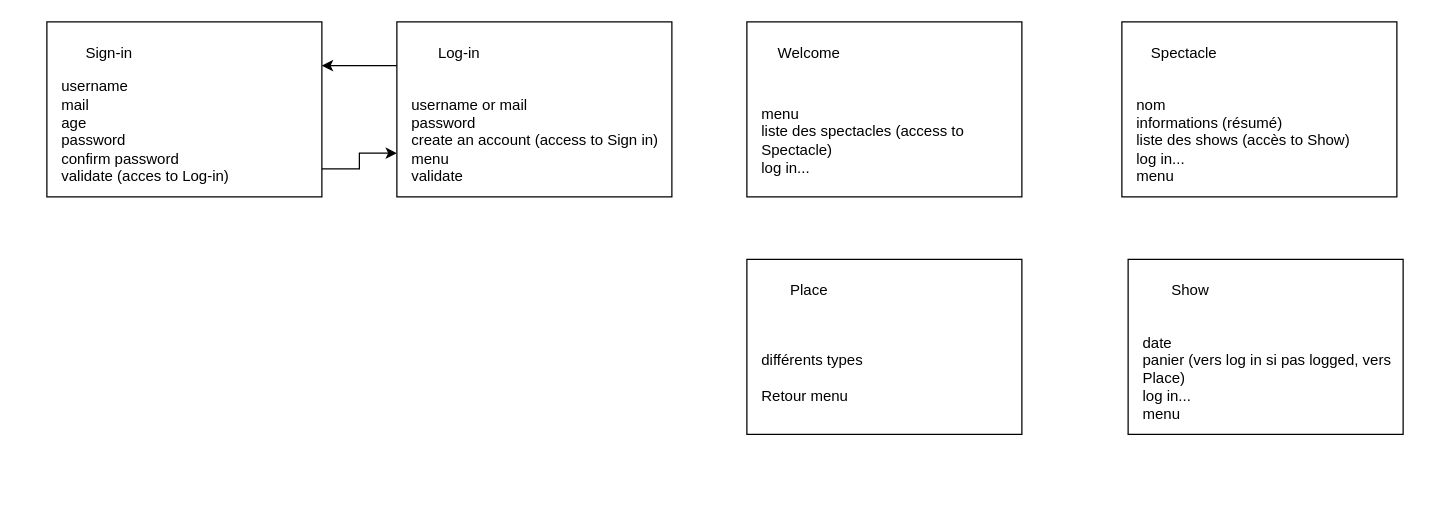
Above: page "pages web" (6 of 6) of analyse/Diagramme sans nom.drawio in baptisteRiviere/SpectacleHallManagement (draw.io), before the change. Source tidied: cells renumbered, new cells numbered last; positions are measured from the earlier drawing's top-left corner, leaving out a move shared by most shapes. Both pictures are drawn from the tidied source at 125%, with x=0, y=0 at pixel (46, 21).
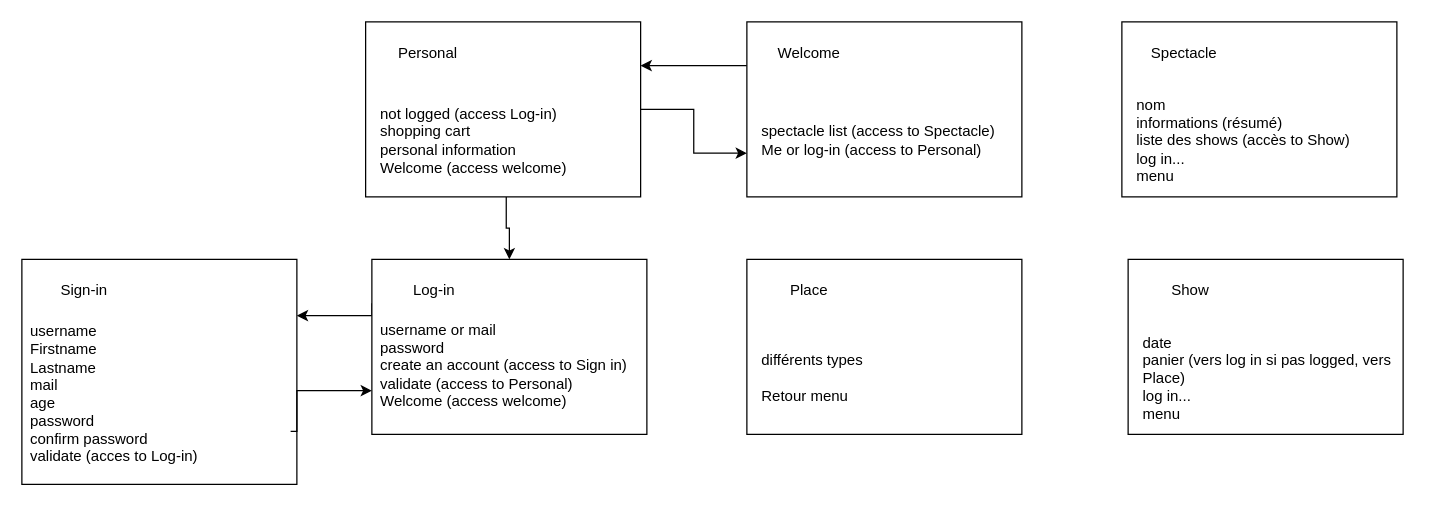
Above is the later version.

The change refers to these unchanged cells:
```xml
<mxCell id="2" style="rounded=0;whiteSpace=wrap;html=1;" parent="1" vertex="1">
  <mxGeometry x="560" width="220" height="140" as="geometry" />
</mxCell>
```

What changed in the source:
```diff
@@
+    <mxCell id="22" style="edgeStyle=orthogonalEdgeStyle;rounded=0;jettySize=auto;html=1;entryX=1;entryY=0.25;entryDx=0;entryDy=0;exitX=0;exitY=0.25;exitDx=0;exitDy=0;" parent="1" edge="1" source="2" target="23">
+      <mxGeometry relative="1" as="geometry" />
+    </mxCell>
@@
-    <mxCell id="4" value="&lt;div align=&quot;left&quot;&gt;menu&lt;/div&gt;&lt;div align=&quot;left&quot;&gt;liste des spectacles (access to Spectacle)&lt;br&gt;&lt;/div&gt;&lt;div align=&quot;left&quot;&gt;log in...&lt;br&gt;&lt;/div&gt;" style="text;html=1;strokeColor=none;fillColor=none;align=left;verticalAlign=middle;whiteSpace=wrap;rounded=0;" parent="1" vertex="1">
+    <mxCell id="4" value="&lt;div align=&quot;left&quot;&gt;spectacle list (access to Spectacle)&lt;br&gt;&lt;/div&gt;&lt;div align=&quot;left&quot;&gt;Me or log-in (access to Personal)&lt;br&gt;&lt;/div&gt;" style="text;html=1;strokeColor=none;fillColor=none;align=left;verticalAlign=middle;whiteSpace=wrap;rounded=0;" parent="1" vertex="1">
       <mxGeometry x="570" y="50" width="220" height="90" as="geometry" />
     </mxCell>
@@
     <mxCell id="14" style="edgeStyle=orthogonalEdgeStyle;rounded=0;jettySize=auto;html=1;exitX=0;exitY=0.25;exitDx=0;exitDy=0;entryX=1;entryY=0.25;entryDx=0;entryDy=0;" parent="1" edge="1" source="15" target="18">
-      <mxGeometry relative="1" as="geometry" />
+      <mxGeometry relative="1" as="geometry">
+        <Array as="points">
+          <mxPoint x="260" y="235" />
+        </Array>
+      </mxGeometry>
     </mxCell>
     <mxCell id="15" style="rounded=0;whiteSpace=wrap;html=1;" parent="1" vertex="1">
-      <mxGeometry x="280" width="220" height="140" as="geometry" />
+      <mxGeometry x="260" y="190" width="220" height="140" as="geometry" />
     </mxCell>
     <mxCell id="16" value="Log-in" style="text;html=1;strokeColor=none;fillColor=none;align=center;verticalAlign=middle;whiteSpace=wrap;rounded=0;" parent="1" vertex="1">
-      <mxGeometry x="300" y="10" width="60" height="30" as="geometry" />
+      <mxGeometry x="280" y="200" width="60" height="30" as="geometry" />
     </mxCell>
-    <mxCell id="17" value="&lt;div&gt;username or mail&lt;br&gt;&lt;/div&gt;&lt;div&gt;password&lt;/div&gt;&lt;div&gt;create an account (access to Sign in)&lt;br&gt;&lt;/div&gt;&lt;div&gt;menu&lt;/div&gt;&lt;div&gt;validate&lt;br&gt;&lt;/div&gt;" style="text;html=1;strokeColor=none;fillColor=none;align=left;verticalAlign=middle;whiteSpace=wrap;rounded=0;" parent="1" vertex="1">
-      <mxGeometry x="290" y="50" width="210" height="90" as="geometry" />
+    <mxCell id="17" value="&lt;div&gt;username or mail&lt;br&gt;&lt;/div&gt;&lt;div&gt;password&lt;/div&gt;&lt;div&gt;create an account (access to Sign in)&lt;br&gt;&lt;/div&gt;&lt;div&gt;validate (access to Personal)&lt;/div&gt;&lt;div&gt;Welcome (access welcome)&lt;br&gt;&lt;/div&gt;" style="text;html=1;strokeColor=none;fillColor=none;align=left;verticalAlign=middle;whiteSpace=wrap;rounded=0;" parent="1" vertex="1">
+      <mxGeometry x="265" y="230" width="210" height="90" as="geometry" />
     </mxCell>
     <mxCell id="18" style="rounded=0;whiteSpace=wrap;html=1;" parent="1" vertex="1">
-      <mxGeometry width="220" height="140" as="geometry" />
+      <mxGeometry x="-20" y="190" width="220" height="180" as="geometry" />
     </mxCell>
     <mxCell id="19" value="Sign-in" style="text;html=1;strokeColor=none;fillColor=none;align=center;verticalAlign=middle;whiteSpace=wrap;rounded=0;" parent="1" vertex="1">
-      <mxGeometry x="20" y="10" width="60" height="30" as="geometry" />
+      <mxGeometry y="200" width="60" height="30" as="geometry" />
     </mxCell>
     <mxCell id="20" style="edgeStyle=orthogonalEdgeStyle;rounded=0;jettySize=auto;html=1;exitX=1;exitY=0.75;exitDx=0;exitDy=0;entryX=0;entryY=0.75;entryDx=0;entryDy=0;" parent="1" edge="1" source="21" target="15">
-      <mxGeometry relative="1" as="geometry" />
+      <mxGeometry relative="1" as="geometry">
+        <Array as="points">
+          <mxPoint x="200" y="295" />
+        </Array>
+      </mxGeometry>
     </mxCell>
-    <mxCell id="21" value="&lt;div&gt;username&lt;/div&gt;&lt;div&gt;mail&lt;/div&gt;&lt;div&gt;age&lt;/div&gt;&lt;div&gt;password&lt;/div&gt;&lt;div&gt;confirm password&lt;/div&gt;&lt;div&gt;validate (acces to Log-in)&lt;br&gt;&lt;/div&gt;&lt;div&gt;&lt;br&gt;&lt;/div&gt;" style="text;html=1;strokeColor=none;fillColor=none;align=left;verticalAlign=middle;whiteSpace=wrap;rounded=0;" parent="1" vertex="1">
-      <mxGeometry x="10" y="50" width="210" height="90" as="geometry" />
+    <mxCell id="21" value="&lt;div&gt;username&lt;/div&gt;&lt;div&gt;Firstname&lt;/div&gt;&lt;div&gt;Lastname&lt;br&gt;&lt;/div&gt;&lt;div&gt;mail&lt;/div&gt;&lt;div&gt;age&lt;/div&gt;&lt;div&gt;password&lt;/div&gt;&lt;div&gt;confirm password&lt;/div&gt;&lt;div&gt;validate (acces to Log-in)&lt;br&gt;&lt;/div&gt;&lt;div&gt;&lt;br&gt;&lt;/div&gt;" style="text;html=1;strokeColor=none;fillColor=none;align=left;verticalAlign=middle;whiteSpace=wrap;rounded=0;" parent="1" vertex="1">
+      <mxGeometry x="-15" y="260" width="210" height="90" as="geometry" />
     </mxCell>
+    <mxCell id="23" style="rounded=0;whiteSpace=wrap;html=1;" parent="1" vertex="1">
+      <mxGeometry x="255" width="220" height="140" as="geometry" />
+    </mxCell>
+    <mxCell id="24" value="Personal" style="text;html=1;strokeColor=none;fillColor=none;align=center;verticalAlign=middle;whiteSpace=wrap;rounded=0;" parent="1" vertex="1">
+      <mxGeometry x="275" y="10" width="60" height="30" as="geometry" />
+    </mxCell>
+    <mxCell id="25" style="edgeStyle=orthogonalEdgeStyle;rounded=0;jettySize=auto;html=1;" parent="1" edge="1" source="27" target="15">
+      <mxGeometry relative="1" as="geometry" />
+    </mxCell>
+    <mxCell id="26" style="edgeStyle=orthogonalEdgeStyle;rounded=0;jettySize=auto;html=1;entryX=0;entryY=0.75;entryDx=0;entryDy=0;" parent="1" edge="1" source="23" target="2">
+      <mxGeometry relative="1" as="geometry" />
+    </mxCell>
+    <mxCell id="27" value="&lt;div&gt;not logged (access Log-in)&lt;/div&gt;&lt;div&gt;shopping cart&lt;/div&gt;&lt;div&gt;personal information&lt;/div&gt;&lt;div&gt;Welcome (access welcome)&lt;br&gt;&lt;/div&gt;" style="text;html=1;strokeColor=none;fillColor=none;align=left;verticalAlign=middle;whiteSpace=wrap;rounded=0;" parent="1" vertex="1">
+      <mxGeometry x="265" y="50" width="205" height="90" as="geometry" />
+    </mxCell>
```
